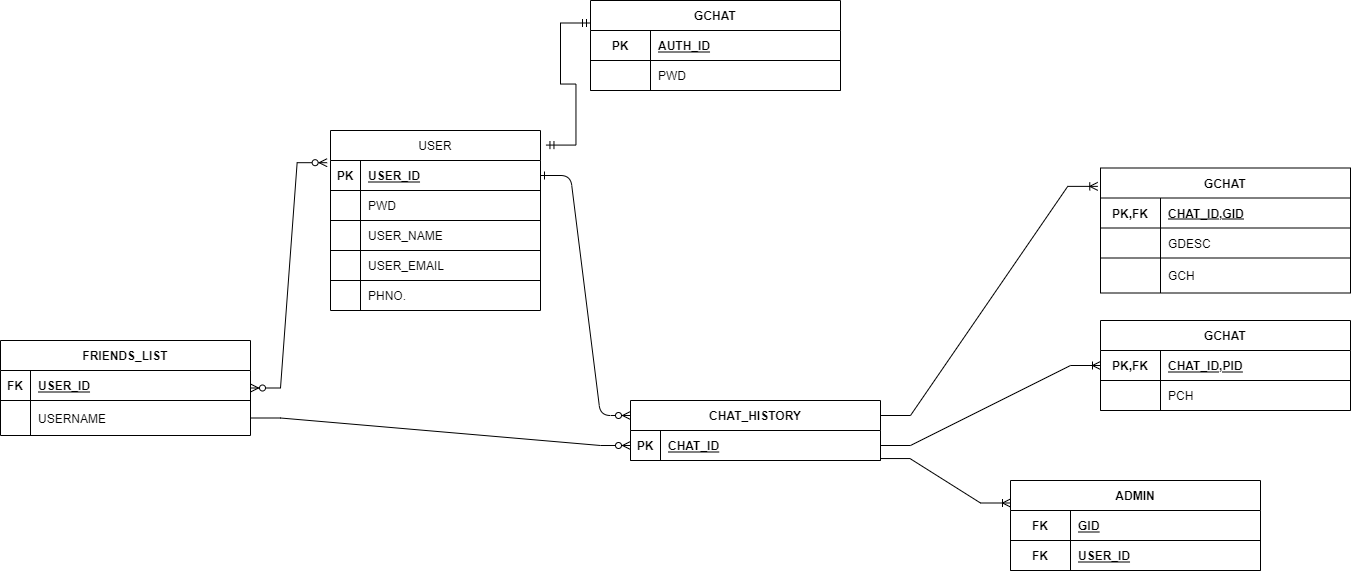
Vaishakh-Nambiar/CGKG keeps this draw.io diagram as TABLE.png. Above is the earlier version. Source tidied: cells renumbered, new cells last; positions are measured from the earlier drawing's top-left corner, leaving out a move shared by most shapes.
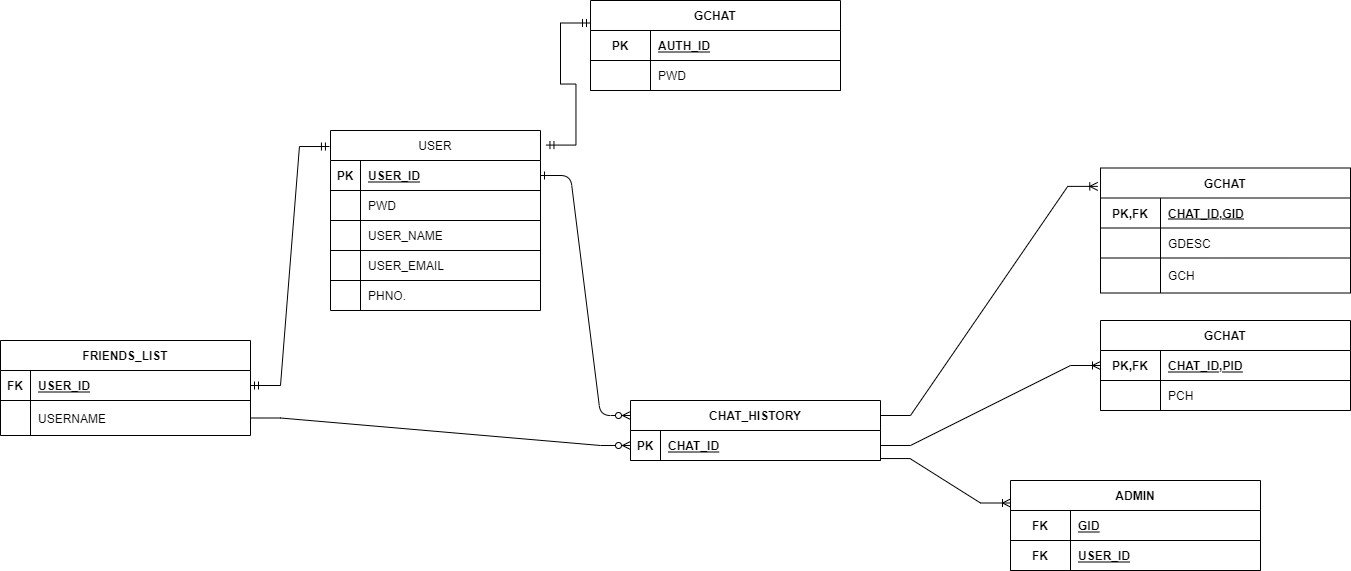
Later version of the same file.

Change to the diagram source:
```diff
@@ -122,9 +122,6 @@
     <mxCell id="41" style="edgeStyle=entityRelationEdgeStyle;fontSize=12;html=1;endArrow=ERoneToMany;rounded=0;entryX=0;entryY=0.5;entryDx=0;entryDy=0;exitX=1;exitY=0.5;exitDx=0;exitDy=0;" parent="1" edge="1" source="4" target="35">
       <mxGeometry relative="1" as="geometry" />
     </mxCell>
-    <mxCell id="42" style="edgeStyle=entityRelationEdgeStyle;fontSize=12;html=1;endArrow=ERzeroToMany;startArrow=ERzeroToMany;rounded=0;entryX=-0.016;entryY=0.073;entryDx=0;entryDy=0;entryPerimeter=0;startFill=0;" parent="1" edge="1" source="43" target="8">
-      <mxGeometry relative="1" as="geometry" />
-    </mxCell>
     <mxCell id="43" value="FRIENDS_LIST" style="shape=table;startSize=30;rowLines=0;fontStyle=1;align=center;" parent="1" vertex="1">
       <mxGeometry y="340" width="250" height="95" as="geometry" />
     </mxCell>
@@ -197,5 +194,8 @@
     <mxCell id="66" style="edgeStyle=entityRelationEdgeStyle;fontSize=12;html=1;endArrow=ERmandOne;startArrow=ERmandOne;rounded=0;entryX=0;entryY=0.25;entryDx=0;entryDy=0;exitX=1.026;exitY=0.081;exitDx=0;exitDy=0;exitPerimeter=0;" parent="1" edge="1" source="7" target="59">
       <mxGeometry relative="1" as="geometry" />
     </mxCell>
+    <mxCell id="67" style="edgeStyle=entityRelationEdgeStyle;fontSize=12;html=1;endArrow=ERmandOne;startArrow=ERmandOne;rounded=0;entryX=-0.005;entryY=0.089;entryDx=0;entryDy=0;entryPerimeter=0;exitX=1;exitY=0.5;exitDx=0;exitDy=0;" parent="1" edge="1" source="44" target="7">
+      <mxGeometry relative="1" as="geometry" />
+    </mxCell>
   </root>
 </mxGraphModel>
```
